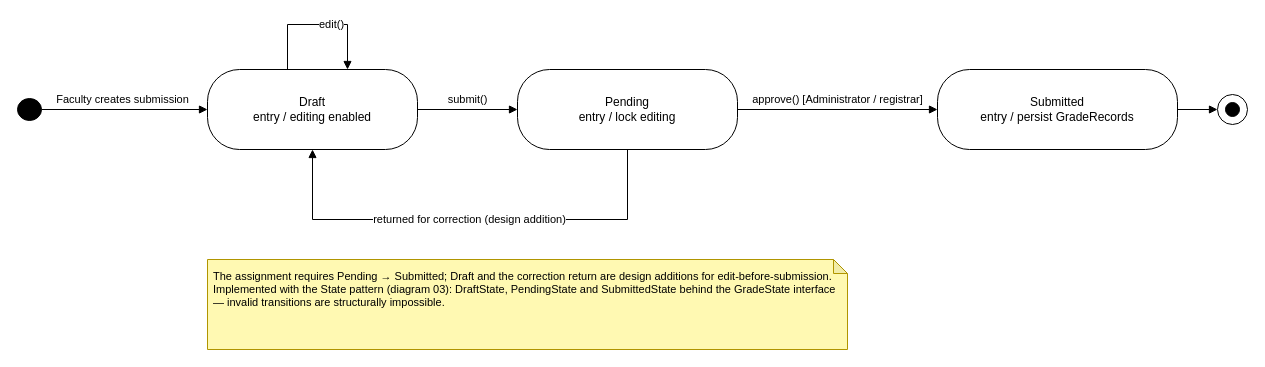
Earlier version of the draw.io diagram Diagrams/State_diagrams/state-1-grade-submission.drawio (Tharusha-dev/soft_architect_redda). Source tidied: cells renumbered, new cells numbered last; positions are measured from the earlier drawing's top-left corner, leaving out a move shared by most shapes. Both pictures are drawn from the tidied source at 100%, with x=0, y=0 at pixel (17, 24).
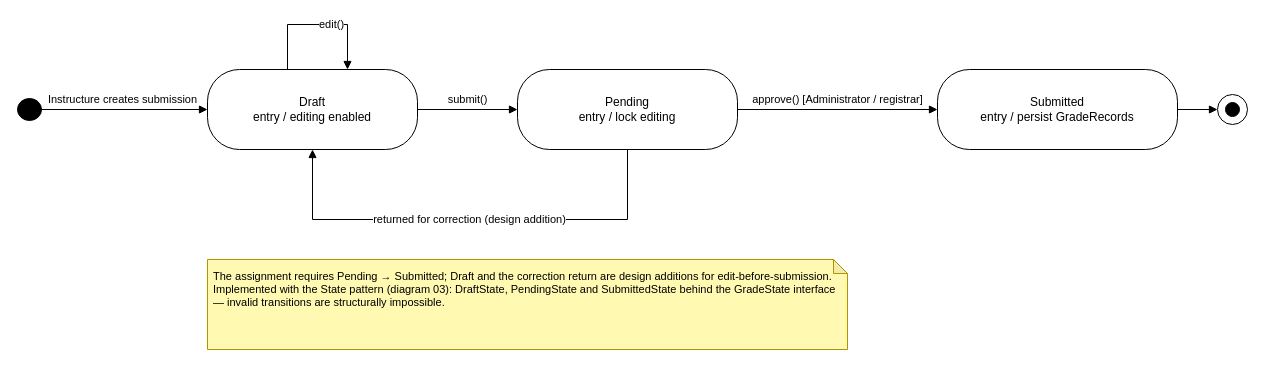
After the change.

Commit message (it also covers changes not shown here):
feat: changed faculty user to instructor

The change refers to these unchanged cells:
```xml
<mxCell id="2" style="ellipse;html=1;fillColor=#000000;strokeColor=#000000;" parent="1" vertex="1">
  <mxGeometry y="74" width="24" height="22" as="geometry" />
</mxCell>
```

The edit, as a diff of the source:
```diff
@@
-    <mxCell id="8" value="Faculty creates submission" style="html=1;endArrow=block;endFill=1;rounded=0;fontSize=11;exitX=1;exitY=0.5;exitDx=0;exitDy=0;" parent="1" edge="1" source="2">
+    <mxCell id="8" value="Instructure creates submission" style="html=1;endArrow=block;endFill=1;rounded=0;fontSize=11;exitX=1;exitY=0.5;exitDx=0;exitDy=0;" parent="1" edge="1" source="2">
       <mxGeometry x="-0.03" y="10" relative="1" as="geometry">
         <mxPoint x="190" y="85" as="targetPoint" />
       </mxGeometry>
     </mxCell>
```
